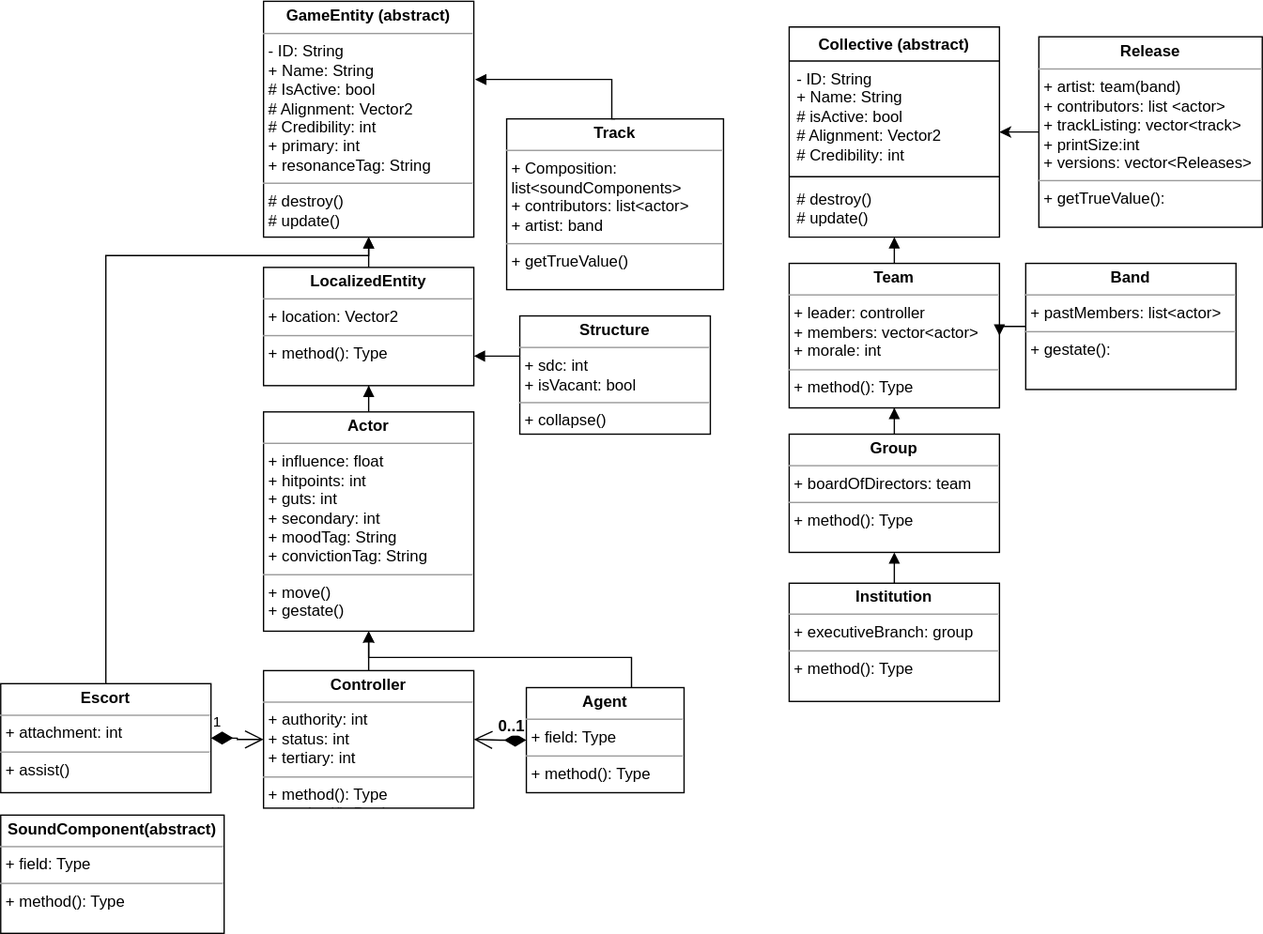
Earlier version of the draw.io export TheProspector/Assets/Schematics/Entity.svg (SakuNurmiranta/TheProspector). Source tidied: cells renumbered, new cells last; positions are measured from the earlier drawing's top-left corner, leaving out a move shared by most shapes.
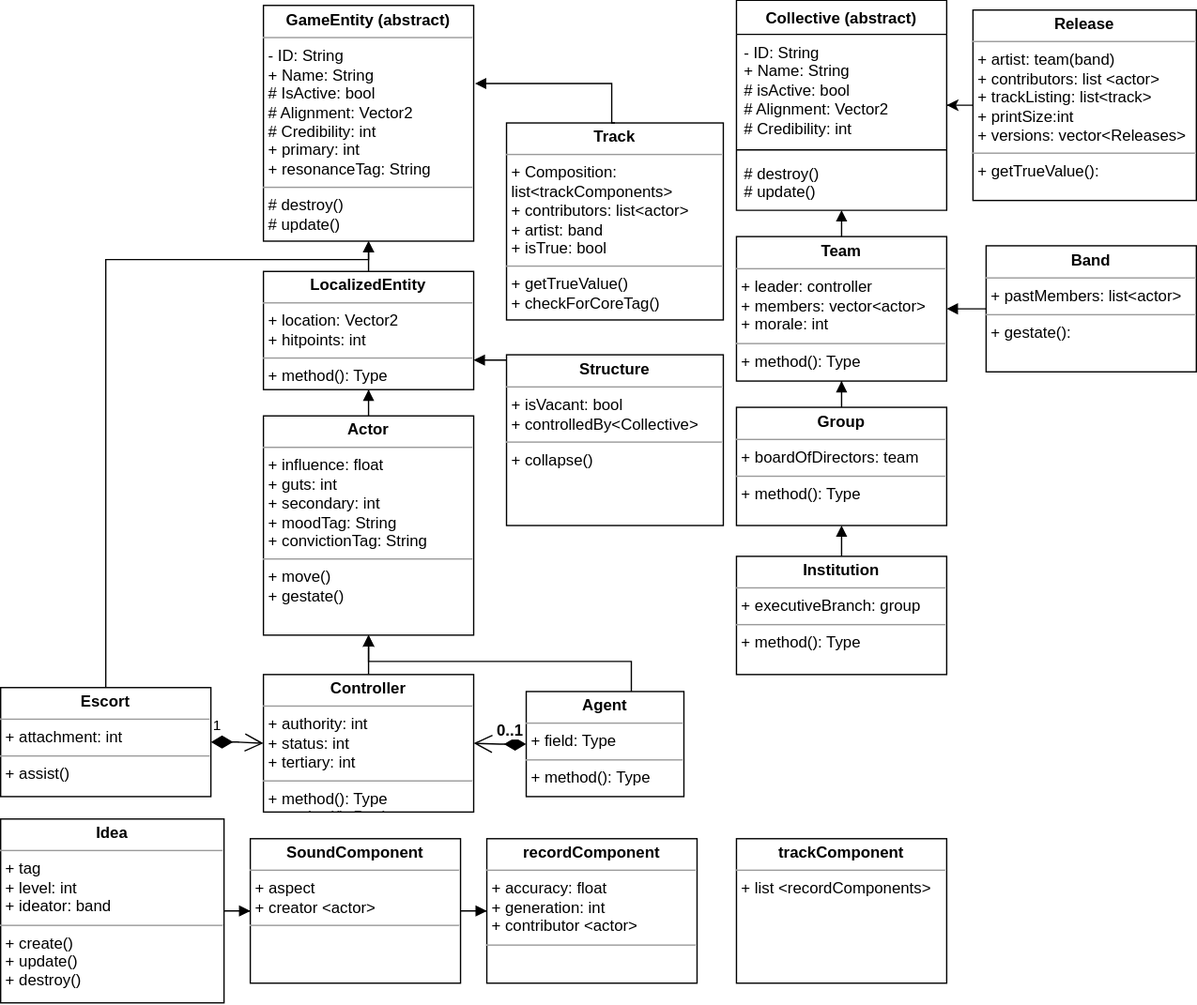
Above is the later version.

Change to the diagram source:
```diff
@@ -28,7 +28,7 @@
     <mxCell id="8" style="edgeStyle=orthogonalEdgeStyle;rounded=0;jettySize=auto;html=1;endArrow=block;endFill=1;" parent="1" edge="1" source="9" target="14">
       <mxGeometry relative="1" as="geometry" />
     </mxCell>
-    <mxCell id="9" value="&lt;p style=&quot;margin:0px;margin-top:4px;text-align:center;&quot;&gt;&lt;b&gt;Actor&lt;/b&gt;&lt;/p&gt;&lt;hr size=&quot;1&quot;&gt;&lt;p style=&quot;margin:0px;margin-left:4px;&quot;&gt;&lt;span style=&quot;background-color: initial;&quot;&gt;+ influence: float&lt;/span&gt;&lt;br&gt;&lt;/p&gt;&lt;p style=&quot;margin:0px;margin-left:4px;&quot;&gt;&lt;span style=&quot;background-color: initial;&quot;&gt;+ hitpoints: int&lt;/span&gt;&lt;/p&gt;&lt;p style=&quot;margin:0px;margin-left:4px;&quot;&gt;&lt;span style=&quot;background-color: initial;&quot;&gt;+ guts: int&lt;/span&gt;&lt;/p&gt;&lt;p style=&quot;margin:0px;margin-left:4px;&quot;&gt;&lt;span style=&quot;background-color: initial;&quot;&gt;+ secondary: int&lt;/span&gt;&lt;/p&gt;&lt;p style=&quot;margin:0px;margin-left:4px;&quot;&gt;&lt;span style=&quot;background-color: initial;&quot;&gt;+ moodTag: String&lt;/span&gt;&lt;/p&gt;&lt;p style=&quot;margin:0px;margin-left:4px;&quot;&gt;&lt;span style=&quot;background-color: initial;&quot;&gt;+ convictionTag: String&lt;/span&gt;&lt;/p&gt;&lt;hr size=&quot;1&quot;&gt;&lt;p style=&quot;margin:0px;margin-left:4px;&quot;&gt;+ move()&lt;/p&gt;&lt;p style=&quot;margin:0px;margin-left:4px;&quot;&gt;+ gestate()&lt;/p&gt;" style="verticalAlign=top;align=left;overflow=fill;fontSize=12;fontFamily=Helvetica;html=1;whiteSpace=wrap;" parent="1" vertex="1">
+    <mxCell id="9" value="&lt;p style=&quot;margin:0px;margin-top:4px;text-align:center;&quot;&gt;&lt;b&gt;Actor&lt;/b&gt;&lt;/p&gt;&lt;hr size=&quot;1&quot;&gt;&lt;p style=&quot;margin:0px;margin-left:4px;&quot;&gt;&lt;span style=&quot;background-color: initial;&quot;&gt;+ influence: float&lt;/span&gt;&lt;br&gt;&lt;/p&gt;&lt;p style=&quot;margin:0px;margin-left:4px;&quot;&gt;&lt;span style=&quot;background-color: initial;&quot;&gt;+ guts: int&lt;/span&gt;&lt;br&gt;&lt;/p&gt;&lt;p style=&quot;margin:0px;margin-left:4px;&quot;&gt;&lt;span style=&quot;background-color: initial;&quot;&gt;+ secondary: int&lt;/span&gt;&lt;/p&gt;&lt;p style=&quot;margin:0px;margin-left:4px;&quot;&gt;&lt;span style=&quot;background-color: initial;&quot;&gt;+ moodTag: String&lt;/span&gt;&lt;/p&gt;&lt;p style=&quot;margin:0px;margin-left:4px;&quot;&gt;&lt;span style=&quot;background-color: initial;&quot;&gt;+ convictionTag: String&lt;/span&gt;&lt;/p&gt;&lt;hr size=&quot;1&quot;&gt;&lt;p style=&quot;margin:0px;margin-left:4px;&quot;&gt;+ move()&lt;/p&gt;&lt;p style=&quot;margin:0px;margin-left:4px;&quot;&gt;+ gestate()&lt;/p&gt;" style="verticalAlign=top;align=left;overflow=fill;fontSize=12;fontFamily=Helvetica;html=1;whiteSpace=wrap;" parent="1" vertex="1">
       <mxGeometry x="200" y="313.1" width="160" height="166.9" as="geometry" />
     </mxCell>
     <mxCell id="10" style="edgeStyle=orthogonalEdgeStyle;rounded=0;jettySize=auto;html=1;entryX=0.5;entryY=1;entryDx=0;entryDy=0;endArrow=block;endFill=1;" parent="1" edge="1" source="11" target="2">
@@ -48,7 +48,7 @@
     <mxCell id="13" style="edgeStyle=orthogonalEdgeStyle;rounded=0;jettySize=auto;html=1;endArrow=block;endFill=1;" parent="1" edge="1" source="14" target="2">
       <mxGeometry relative="1" as="geometry" />
     </mxCell>
-    <mxCell id="14" value="&lt;p style=&quot;margin:0px;margin-top:4px;text-align:center;&quot;&gt;&lt;b&gt;LocalizedEntity&lt;/b&gt;&lt;/p&gt;&lt;hr size=&quot;1&quot;&gt;&lt;p style=&quot;margin:0px;margin-left:4px;&quot;&gt;+ location: Vector2&lt;/p&gt;&lt;hr size=&quot;1&quot;&gt;&lt;p style=&quot;margin:0px;margin-left:4px;&quot;&gt;+ method(): Type&lt;/p&gt;" style="verticalAlign=top;align=left;overflow=fill;fontSize=12;fontFamily=Helvetica;html=1;whiteSpace=wrap;" parent="1" vertex="1">
+    <mxCell id="14" value="&lt;p style=&quot;margin:0px;margin-top:4px;text-align:center;&quot;&gt;&lt;b&gt;LocalizedEntity&lt;/b&gt;&lt;/p&gt;&lt;hr size=&quot;1&quot;&gt;&lt;p style=&quot;margin:0px;margin-left:4px;&quot;&gt;+ location: Vector2&lt;/p&gt;&lt;p style=&quot;margin:0px;margin-left:4px;&quot;&gt;+ hitpoints: int&lt;/p&gt;&lt;hr size=&quot;1&quot;&gt;&lt;p style=&quot;margin:0px;margin-left:4px;&quot;&gt;+ method(): Type&lt;/p&gt;" style="verticalAlign=top;align=left;overflow=fill;fontSize=12;fontFamily=Helvetica;html=1;whiteSpace=wrap;" parent="1" vertex="1">
       <mxGeometry x="200" y="203.1" width="160" height="90" as="geometry" />
     </mxCell>
     <mxCell id="15" style="edgeStyle=orthogonalEdgeStyle;rounded=0;jettySize=auto;html=1;endArrow=block;endFill=1;entryX=1;entryY=0.75;entryDx=0;entryDy=0;" parent="1" edge="1" source="16" target="14">
@@ -58,11 +58,11 @@
         </Array>
       </mxGeometry>
     </mxCell>
-    <mxCell id="16" value="&lt;p style=&quot;margin:0px;margin-top:4px;text-align:center;&quot;&gt;&lt;b&gt;Structure&lt;/b&gt;&lt;/p&gt;&lt;hr size=&quot;1&quot;&gt;&lt;p style=&quot;margin:0px;margin-left:4px;&quot;&gt;+ sdc: int&lt;/p&gt;&lt;p style=&quot;margin:0px;margin-left:4px;&quot;&gt;+ isVacant: bool&lt;/p&gt;&lt;hr size=&quot;1&quot;&gt;&lt;p style=&quot;margin:0px;margin-left:4px;&quot;&gt;+ collapse()&lt;/p&gt;" style="verticalAlign=top;align=left;overflow=fill;fontSize=12;fontFamily=Helvetica;html=1;whiteSpace=wrap;" parent="1" vertex="1">
-      <mxGeometry x="395" y="240" width="145" height="90" as="geometry" />
+    <mxCell id="16" value="&lt;p style=&quot;margin:0px;margin-top:4px;text-align:center;&quot;&gt;&lt;b&gt;Structure&lt;/b&gt;&lt;/p&gt;&lt;hr size=&quot;1&quot;&gt;&lt;p style=&quot;margin:0px;margin-left:4px;&quot;&gt;&lt;span style=&quot;background-color: initial;&quot;&gt;+ isVacant: bool&lt;/span&gt;&lt;br&gt;&lt;/p&gt;&lt;p style=&quot;margin:0px;margin-left:4px;&quot;&gt;+ controlledBy&amp;lt;Collective&amp;gt;&lt;/p&gt;&lt;hr size=&quot;1&quot;&gt;&lt;p style=&quot;margin:0px;margin-left:4px;&quot;&gt;+ collapse()&lt;/p&gt;" style="verticalAlign=top;align=left;overflow=fill;fontSize=12;fontFamily=Helvetica;html=1;whiteSpace=wrap;" parent="1" vertex="1">
+      <mxGeometry x="385" y="266.5" width="165" height="130" as="geometry" />
     </mxCell>
     <mxCell id="17" value="Collective (abstract)" style="swimlane;fontStyle=1;align=center;verticalAlign=top;horizontal=1;startSize=26;whiteSpace=wrap;html=1;" parent="1" vertex="1">
-      <mxGeometry x="600" y="20" width="160" height="160" as="geometry" />
+      <mxGeometry x="560" y="-3.5" width="160" height="160" as="geometry" />
     </mxCell>
     <mxCell id="18" value="- ID: String&lt;br&gt;+ Name: String&lt;br&gt;# isActive: bool&lt;br&gt;# Alignment: Vector2&lt;br&gt;# Credibility: int" style="text;strokeColor=none;fillColor=none;align=left;verticalAlign=top;spacingLeft=4;spacingRight=4;overflow=hidden;whiteSpace=wrap;html=1;" parent="17" vertex="1">
       <mxGeometry y="26" width="160" height="84" as="geometry" />
@@ -74,7 +74,7 @@
       <mxGeometry y="118" width="160" height="42" as="geometry" />
     </mxCell>
     <mxCell id="21" value="&lt;p style=&quot;margin:0px;margin-top:4px;text-align:center;&quot;&gt;&lt;b&gt;Team&lt;/b&gt;&lt;/p&gt;&lt;hr size=&quot;1&quot;&gt;&lt;p style=&quot;margin:0px;margin-left:4px;&quot;&gt;+ leader: controller&lt;/p&gt;&lt;p style=&quot;margin:0px;margin-left:4px;&quot;&gt;+ members: vector&amp;lt;actor&amp;gt;&lt;/p&gt;&lt;p style=&quot;margin:0px;margin-left:4px;&quot;&gt;+ morale: int&lt;/p&gt;&lt;hr size=&quot;1&quot;&gt;&lt;p style=&quot;margin:0px;margin-left:4px;&quot;&gt;+ method(): Type&lt;/p&gt;" style="verticalAlign=top;align=left;overflow=fill;fontSize=12;fontFamily=Helvetica;html=1;whiteSpace=wrap;" parent="1" vertex="1">
-      <mxGeometry x="600" y="200" width="160" height="110" as="geometry" />
+      <mxGeometry x="560" y="176.5" width="160" height="110" as="geometry" />
     </mxCell>
     <mxCell id="22" style="edgeStyle=orthogonalEdgeStyle;rounded=0;jettySize=auto;html=1;entryX=0.495;entryY=0.99;entryDx=0;entryDy=0;entryPerimeter=0;endArrow=block;endFill=1;" parent="1" edge="1" source="21" target="20">
       <mxGeometry relative="1" as="geometry" />
@@ -83,16 +83,16 @@
       <mxGeometry relative="1" as="geometry" />
     </mxCell>
     <mxCell id="24" value="&lt;p style=&quot;margin:0px;margin-top:4px;text-align:center;&quot;&gt;&lt;b&gt;Group&lt;/b&gt;&lt;/p&gt;&lt;hr size=&quot;1&quot;&gt;&lt;p style=&quot;margin:0px;margin-left:4px;&quot;&gt;+ boardOfDirectors: team&lt;/p&gt;&lt;hr size=&quot;1&quot;&gt;&lt;p style=&quot;margin:0px;margin-left:4px;&quot;&gt;+ method(): Type&lt;/p&gt;" style="verticalAlign=top;align=left;overflow=fill;fontSize=12;fontFamily=Helvetica;html=1;whiteSpace=wrap;" parent="1" vertex="1">
-      <mxGeometry x="600" y="330" width="160" height="90" as="geometry" />
+      <mxGeometry x="560" y="306.5" width="160" height="90" as="geometry" />
     </mxCell>
     <mxCell id="25" style="edgeStyle=orthogonalEdgeStyle;rounded=0;jettySize=auto;html=1;entryX=0.5;entryY=1;entryDx=0;entryDy=0;endArrow=block;endFill=1;" parent="1" edge="1" source="26" target="24">
       <mxGeometry relative="1" as="geometry" />
     </mxCell>
     <mxCell id="26" value="&lt;p style=&quot;margin:0px;margin-top:4px;text-align:center;&quot;&gt;&lt;b&gt;Institution&lt;/b&gt;&lt;/p&gt;&lt;hr size=&quot;1&quot;&gt;&lt;p style=&quot;margin:0px;margin-left:4px;&quot;&gt;+ executiveBranch: group&lt;/p&gt;&lt;hr size=&quot;1&quot;&gt;&lt;p style=&quot;margin:0px;margin-left:4px;&quot;&gt;+ method(): Type&lt;/p&gt;" style="verticalAlign=top;align=left;overflow=fill;fontSize=12;fontFamily=Helvetica;html=1;whiteSpace=wrap;" parent="1" vertex="1">
-      <mxGeometry x="600" y="443.5" width="160" height="90" as="geometry" />
+      <mxGeometry x="560" y="420" width="160" height="90" as="geometry" />
     </mxCell>
-    <mxCell id="27" value="&lt;p style=&quot;margin:0px;margin-top:4px;text-align:center;&quot;&gt;&lt;b&gt;Track&lt;/b&gt;&lt;/p&gt;&lt;hr size=&quot;1&quot;&gt;&lt;p style=&quot;margin:0px;margin-left:4px;&quot;&gt;+ Composition: list&amp;lt;soundComponents&amp;gt;&lt;/p&gt;&lt;p style=&quot;margin:0px;margin-left:4px;&quot;&gt;+ contributors: list&amp;lt;actor&amp;gt;&lt;/p&gt;&lt;p style=&quot;margin:0px;margin-left:4px;&quot;&gt;+ artist: band&lt;/p&gt;&lt;hr size=&quot;1&quot;&gt;&lt;p style=&quot;margin:0px;margin-left:4px;&quot;&gt;+ getTrueValue()&lt;/p&gt;" style="verticalAlign=top;align=left;overflow=fill;fontSize=12;fontFamily=Helvetica;html=1;whiteSpace=wrap;" parent="1" vertex="1">
-      <mxGeometry x="385" y="90" width="165" height="130" as="geometry" />
+    <mxCell id="27" value="&lt;p style=&quot;margin:0px;margin-top:4px;text-align:center;&quot;&gt;&lt;b&gt;Track&lt;/b&gt;&lt;/p&gt;&lt;hr size=&quot;1&quot;&gt;&lt;p style=&quot;margin:0px;margin-left:4px;&quot;&gt;+ Composition: list&amp;lt;trackComponents&amp;gt;&lt;/p&gt;&lt;p style=&quot;margin:0px;margin-left:4px;&quot;&gt;+ contributors: list&amp;lt;actor&amp;gt;&lt;/p&gt;&lt;p style=&quot;margin:0px;margin-left:4px;&quot;&gt;+ artist: band&lt;/p&gt;&lt;p style=&quot;margin:0px;margin-left:4px;&quot;&gt;+ isTrue: bool&lt;/p&gt;&lt;hr size=&quot;1&quot;&gt;&lt;p style=&quot;margin:0px;margin-left:4px;&quot;&gt;+ getTrueValue()&lt;/p&gt;&lt;p style=&quot;margin:0px;margin-left:4px;&quot;&gt;+ checkForCoreTag()&lt;/p&gt;" style="verticalAlign=top;align=left;overflow=fill;fontSize=12;fontFamily=Helvetica;html=1;whiteSpace=wrap;" parent="1" vertex="1">
+      <mxGeometry x="385" y="90" width="165" height="150" as="geometry" />
     </mxCell>
     <mxCell id="28" style="edgeStyle=orthogonalEdgeStyle;rounded=0;jettySize=auto;html=1;exitX=0.5;exitY=0;exitDx=0;exitDy=0;endArrow=block;endFill=1;" parent="1" edge="1" source="27">
       <mxGeometry relative="1" as="geometry">
@@ -105,17 +105,32 @@
     <mxCell id="29" style="edgeStyle=orthogonalEdgeStyle;rounded=0;jettySize=auto;html=1;" parent="1" edge="1" source="30" target="17">
       <mxGeometry relative="1" as="geometry" />
     </mxCell>
-    <mxCell id="30" value="&lt;p style=&quot;margin:0px;margin-top:4px;text-align:center;&quot;&gt;&lt;b&gt;Release&lt;/b&gt;&lt;/p&gt;&lt;hr size=&quot;1&quot;&gt;&lt;p style=&quot;margin:0px;margin-left:4px;&quot;&gt;+ artist: team(band)&lt;/p&gt;&lt;p style=&quot;margin:0px;margin-left:4px;&quot;&gt;+ contributors: list &amp;lt;actor&amp;gt;&lt;/p&gt;&lt;p style=&quot;margin:0px;margin-left:4px;&quot;&gt;+ trackListing: vector&amp;lt;track&amp;gt;&lt;/p&gt;&lt;p style=&quot;margin:0px;margin-left:4px;&quot;&gt;+ printSize:int&lt;/p&gt;&lt;p style=&quot;margin:0px;margin-left:4px;&quot;&gt;+ versions: vector&amp;lt;Releases&amp;gt;&lt;/p&gt;&lt;hr size=&quot;1&quot;&gt;&lt;p style=&quot;margin:0px;margin-left:4px;&quot;&gt;+ getTrueValue():&amp;nbsp;&lt;/p&gt;" style="verticalAlign=top;align=left;overflow=fill;fontSize=12;fontFamily=Helvetica;html=1;whiteSpace=wrap;" parent="1" vertex="1">
-      <mxGeometry x="790" y="27.5" width="170" height="145" as="geometry" />
+    <mxCell id="30" value="&lt;p style=&quot;margin:0px;margin-top:4px;text-align:center;&quot;&gt;&lt;b&gt;Release&lt;/b&gt;&lt;/p&gt;&lt;hr size=&quot;1&quot;&gt;&lt;p style=&quot;margin:0px;margin-left:4px;&quot;&gt;+ artist: team(band)&lt;/p&gt;&lt;p style=&quot;margin:0px;margin-left:4px;&quot;&gt;+ contributors: list &amp;lt;actor&amp;gt;&lt;/p&gt;&lt;p style=&quot;margin:0px;margin-left:4px;&quot;&gt;+ trackListing: list&amp;lt;track&amp;gt;&lt;/p&gt;&lt;p style=&quot;margin:0px;margin-left:4px;&quot;&gt;+ printSize:int&lt;/p&gt;&lt;p style=&quot;margin:0px;margin-left:4px;&quot;&gt;+ versions: vector&amp;lt;Releases&amp;gt;&lt;/p&gt;&lt;hr size=&quot;1&quot;&gt;&lt;p style=&quot;margin:0px;margin-left:4px;&quot;&gt;+ getTrueValue():&amp;nbsp;&lt;/p&gt;" style="verticalAlign=top;align=left;overflow=fill;fontSize=12;fontFamily=Helvetica;html=1;whiteSpace=wrap;" parent="1" vertex="1">
+      <mxGeometry x="740" y="4" width="170" height="145" as="geometry" />
     </mxCell>
     <mxCell id="31" style="edgeStyle=orthogonalEdgeStyle;rounded=0;jettySize=auto;html=1;endArrow=block;endFill=1;" parent="1" edge="1" source="32" target="21">
       <mxGeometry relative="1" as="geometry" />
     </mxCell>
     <mxCell id="32" value="&lt;p style=&quot;margin:0px;margin-top:4px;text-align:center;&quot;&gt;&lt;b&gt;Band&lt;/b&gt;&lt;/p&gt;&lt;hr size=&quot;1&quot;&gt;&lt;p style=&quot;margin:0px;margin-left:4px;&quot;&gt;&lt;span style=&quot;background-color: initial;&quot;&gt;+ pastMembers: list&amp;lt;actor&amp;gt;&lt;/span&gt;&lt;br&gt;&lt;/p&gt;&lt;hr size=&quot;1&quot;&gt;&lt;p style=&quot;margin:0px;margin-left:4px;&quot;&gt;+ gestate():&lt;/p&gt;" style="verticalAlign=top;align=left;overflow=fill;fontSize=12;fontFamily=Helvetica;html=1;whiteSpace=wrap;" parent="1" vertex="1">
-      <mxGeometry x="780" y="200" width="160" height="96" as="geometry" />
+      <mxGeometry x="750" y="183.5" width="160" height="96" as="geometry" />
     </mxCell>
+    <mxCell id="34" style="edgeStyle=orthogonalEdgeStyle;rounded=0;jettySize=auto;html=1;endArrow=block;endFill=1;" parent="1" edge="1" source="33" target="37">
+      <mxGeometry relative="1" as="geometry" />
+    </mxCell>
-    <mxCell id="33" value="&lt;p style=&quot;margin:0px;margin-top:4px;text-align:center;&quot;&gt;&lt;b&gt;SoundComponent(abstract)&lt;/b&gt;&lt;/p&gt;&lt;hr size=&quot;1&quot;&gt;&lt;p style=&quot;margin:0px;margin-left:4px;&quot;&gt;+ field: Type&lt;/p&gt;&lt;hr size=&quot;1&quot;&gt;&lt;p style=&quot;margin:0px;margin-left:4px;&quot;&gt;+ method(): Type&lt;/p&gt;" style="verticalAlign=top;align=left;overflow=fill;fontSize=12;fontFamily=Helvetica;html=1;whiteSpace=wrap;" parent="1" vertex="1">
-      <mxGeometry y="620" width="170" height="90" as="geometry" />
+    <mxCell id="33" value="&lt;p style=&quot;margin:0px;margin-top:4px;text-align:center;&quot;&gt;&lt;b&gt;SoundComponent&lt;/b&gt;&lt;/p&gt;&lt;hr size=&quot;1&quot;&gt;&lt;p style=&quot;margin:0px;margin-left:4px;&quot;&gt;&lt;span style=&quot;background-color: initial;&quot;&gt;+ aspect&lt;/span&gt;&lt;br&gt;&lt;/p&gt;&lt;p style=&quot;margin:0px;margin-left:4px;&quot;&gt;+ creator &amp;lt;actor&amp;gt;&lt;br&gt;&lt;/p&gt;&lt;hr size=&quot;1&quot;&gt;&lt;p style=&quot;margin:0px;margin-left:4px;&quot;&gt;&lt;br&gt;&lt;/p&gt;&lt;p style=&quot;margin:0px;margin-left:4px;&quot;&gt;&lt;br&gt;&lt;/p&gt;" style="verticalAlign=top;align=left;overflow=fill;fontSize=12;fontFamily=Helvetica;html=1;whiteSpace=wrap;" parent="1" vertex="1">
+      <mxGeometry x="190" y="635" width="160" height="110" as="geometry" />
     </mxCell>
+    <mxCell id="35" style="edgeStyle=orthogonalEdgeStyle;rounded=0;jettySize=auto;html=1;endArrow=block;endFill=1;" parent="1" edge="1" source="36" target="33">
+      <mxGeometry relative="1" as="geometry" />
+    </mxCell>
+    <mxCell id="36" value="&lt;p style=&quot;margin:0px;margin-top:4px;text-align:center;&quot;&gt;&lt;b&gt;Idea&lt;/b&gt;&lt;/p&gt;&lt;hr size=&quot;1&quot;&gt;&lt;p style=&quot;margin:0px;margin-left:4px;&quot;&gt;+ tag&lt;/p&gt;&lt;p style=&quot;margin:0px;margin-left:4px;&quot;&gt;+ level: int&lt;/p&gt;&lt;p style=&quot;margin:0px;margin-left:4px;&quot;&gt;+ ideator: band&lt;/p&gt;&lt;hr size=&quot;1&quot;&gt;&lt;p style=&quot;margin:0px;margin-left:4px;&quot;&gt;+ create()&lt;/p&gt;&lt;p style=&quot;margin:0px;margin-left:4px;&quot;&gt;+ update()&lt;/p&gt;&lt;p style=&quot;margin:0px;margin-left:4px;&quot;&gt;+ destroy()&lt;/p&gt;" style="verticalAlign=top;align=left;overflow=fill;fontSize=12;fontFamily=Helvetica;html=1;whiteSpace=wrap;" parent="1" vertex="1">
+      <mxGeometry y="620" width="170" height="140" as="geometry" />
+    </mxCell>
+    <mxCell id="37" value="&lt;p style=&quot;margin:0px;margin-top:4px;text-align:center;&quot;&gt;&lt;b&gt;recordComponent&lt;/b&gt;&lt;/p&gt;&lt;hr size=&quot;1&quot;&gt;&lt;p style=&quot;margin:0px;margin-left:4px;&quot;&gt;&lt;span style=&quot;background-color: initial;&quot;&gt;+ accuracy: float&lt;/span&gt;&lt;/p&gt;&lt;p style=&quot;margin:0px;margin-left:4px;&quot;&gt;&lt;span style=&quot;background-color: initial;&quot;&gt;+ generation: int&lt;/span&gt;&lt;br&gt;&lt;/p&gt;&lt;p style=&quot;margin:0px;margin-left:4px;&quot;&gt;+ contributor &amp;lt;actor&amp;gt;&lt;br&gt;&lt;/p&gt;&lt;hr size=&quot;1&quot;&gt;&lt;p style=&quot;margin:0px;margin-left:4px;&quot;&gt;&lt;br&gt;&lt;/p&gt;&lt;p style=&quot;margin:0px;margin-left:4px;&quot;&gt;&lt;br&gt;&lt;/p&gt;" style="verticalAlign=top;align=left;overflow=fill;fontSize=12;fontFamily=Helvetica;html=1;whiteSpace=wrap;" parent="1" vertex="1">
+      <mxGeometry x="370" y="635" width="160" height="110" as="geometry" />
+    </mxCell>
+    <mxCell id="38" value="&lt;p style=&quot;margin:0px;margin-top:4px;text-align:center;&quot;&gt;&lt;b&gt;trackComponent&lt;/b&gt;&lt;/p&gt;&lt;hr size=&quot;1&quot;&gt;&lt;p style=&quot;margin:0px;margin-left:4px;&quot;&gt;+ list &amp;lt;recordComponents&amp;gt;&lt;/p&gt;&lt;p style=&quot;margin:0px;margin-left:4px;&quot;&gt;&lt;br&gt;&lt;/p&gt;" style="verticalAlign=top;align=left;overflow=fill;fontSize=12;fontFamily=Helvetica;html=1;whiteSpace=wrap;" parent="1" vertex="1">
+      <mxGeometry x="560" y="635" width="160" height="110" as="geometry" />
+    </mxCell>
   </root>
 </mxGraphModel>
```
